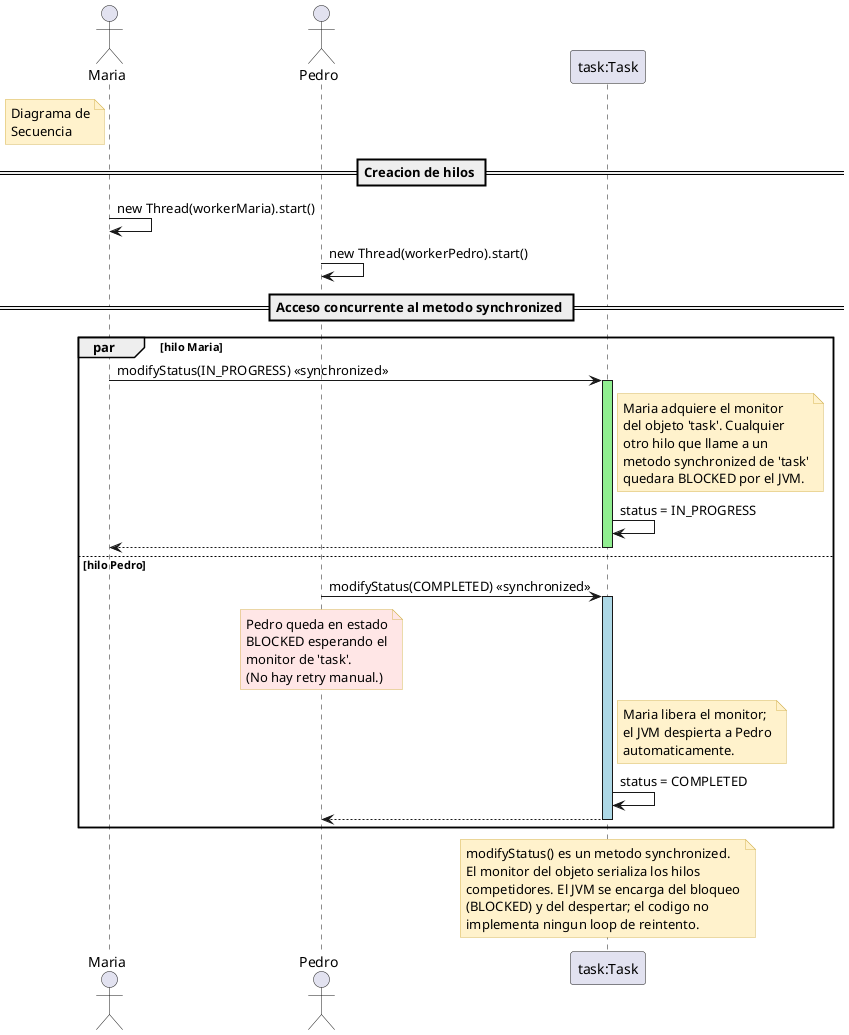
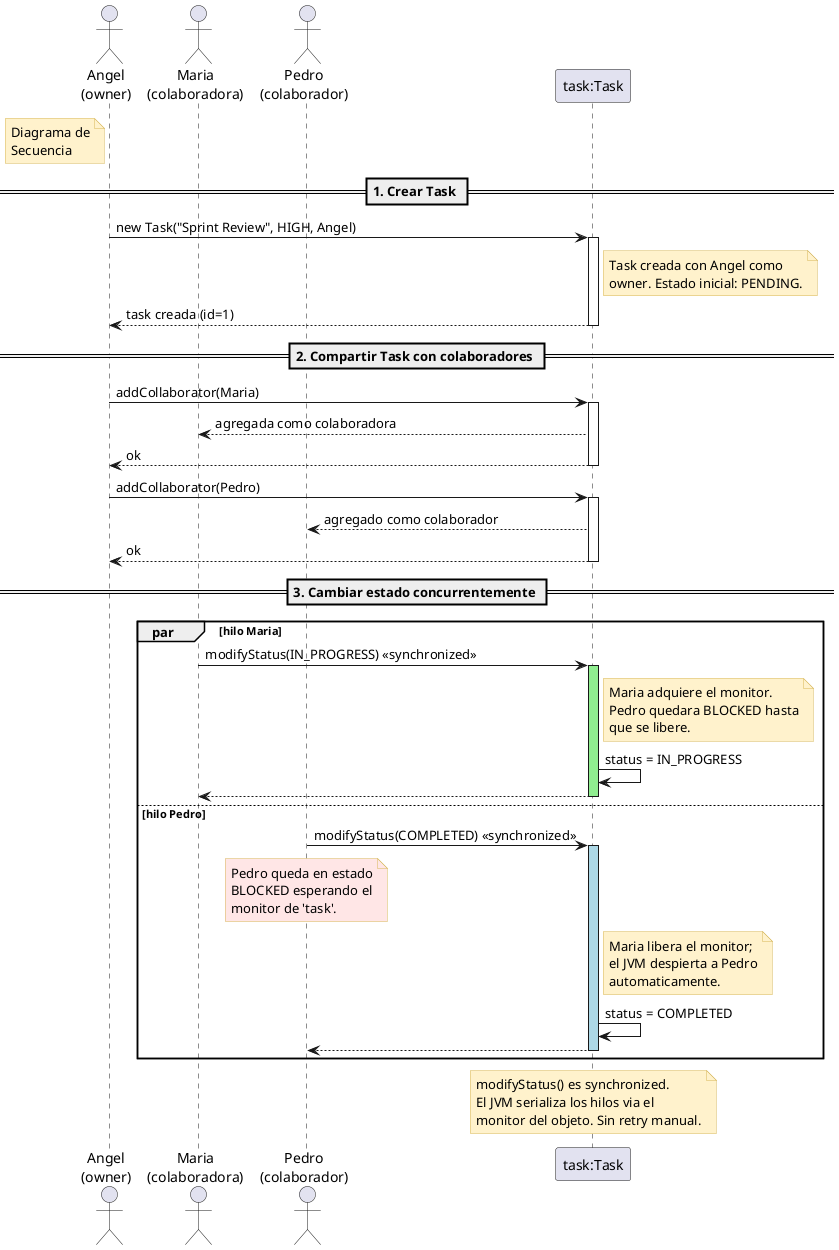
@startuml SecuenciaCambiarEstado

skinparam noteBackgroundColor #FFF2CC
skinparam noteBorderColor #D6B656

- actor Maria
- actor Pedro
+ actor "Angel\n(owner)" as Angel
+ actor "Maria\n(colaboradora)" as Maria
+ actor "Pedro\n(colaborador)" as Pedro
participant "task:Task" as task

- note left of Maria #FFF2CC
+ note left of Angel #FFF2CC
  Diagrama de
  Secuencia
end note

- == Creacion de hilos ==
+ == 1. Crear Task ==

- Maria -> Maria : new Thread(workerMaria).start()
- Pedro -> Pedro : new Thread(workerPedro).start()
+ Angel -> task : new Task("Sprint Review", HIGH, Angel)
+ activate task
+ note right of task
+   Task creada con Angel como
+   owner. Estado inicial: PENDING.
+ end note
+ task --> Angel : task creada (id=1)
+ deactivate task

- == Acceso concurrente al metodo synchronized ==
+ == 2. Compartir Task con colaboradores ==
+ 
+ Angel -> task : addCollaborator(Maria)
+ activate task
+ task --> Maria : agregada como colaboradora
+ task --> Angel : ok
+ deactivate task
+ 
+ Angel -> task : addCollaborator(Pedro)
+ activate task
+ task --> Pedro : agregado como colaborador
+ task --> Angel : ok
+ deactivate task
+ 
+ == 3. Cambiar estado concurrentemente ==

par hilo Maria
    Maria -> task : modifyStatus(IN_PROGRESS) <<synchronized>>
    activate task #LightGreen
    note right of task
-       Maria adquiere el monitor
-       del objeto 'task'. Cualquier
-       otro hilo que llame a un
-       metodo synchronized de 'task'
-       quedara BLOCKED por el JVM.
+       Maria adquiere el monitor.
+       Pedro quedara BLOCKED hasta
+       que se libere.
    end note
    task -> task : status = IN_PROGRESS
    task --> Maria
    deactivate task
else hilo Pedro
    Pedro -> task : modifyStatus(COMPLETED) <<synchronized>>
    note over Pedro #FFE6E6
      Pedro queda en estado
      BLOCKED esperando el
      monitor de 'task'.
-       (No hay retry manual.)
    end note
    activate task #LightBlue
    note right of task
      Maria libera el monitor;
      el JVM despierta a Pedro
      automaticamente.
    end note
    task -> task : status = COMPLETED
    task --> Pedro
    deactivate task
end

note over task
-   modifyStatus() es un metodo synchronized.
-   El monitor del objeto serializa los hilos
-   competidores. El JVM se encarga del bloqueo
-   (BLOCKED) y del despertar; el codigo no
-   implementa ningun loop de reintento.
+   modifyStatus() es synchronized.
+   El JVM serializa los hilos via el
+   monitor del objeto. Sin retry manual.
end note

@enduml
